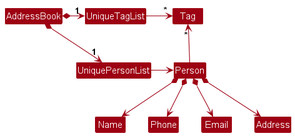
Before: docs/images/BetterModelClassDiagram.png, a diagram exported from PlantUML (nus-cs2103-AY2425S1/tp).
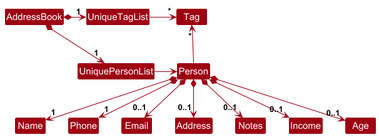
The same diagram one commit later.

Commit message:
Update Person model

Change to the diagram source:
```diff
@@ -14,8 +14,11 @@
 
 Person -up-> "*" Tag
 
-Person *--> Name
-Person *--> Phone
-Person *--> Email
-Person *--> Address
+Person *--> "1" Name
+Person *--> "1" Phone
+Person *--> "0..1" Email
+Person *--> "0..1" Address
+Person *--> "0..1" Notes
+Person *--> "0..1" Income
+Person *--> "0..1" Age
 @enduml
```
